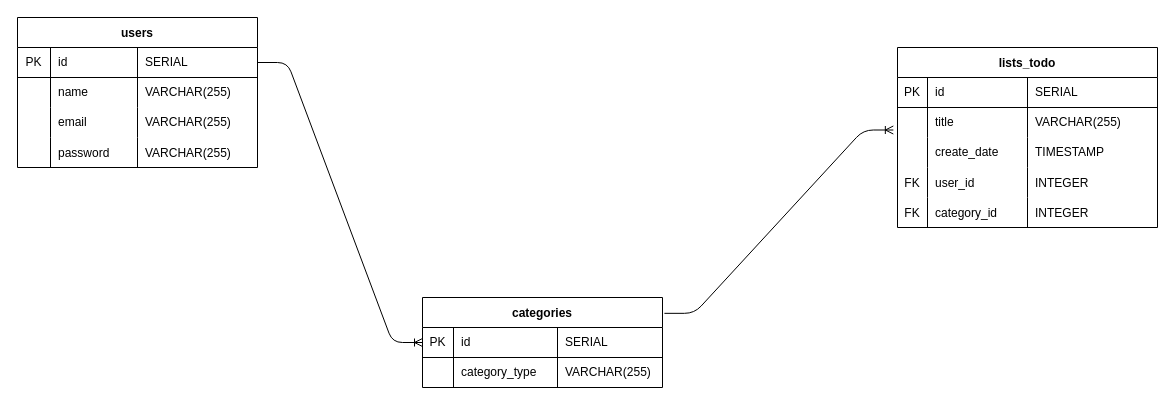
Above: ERD/ERD-SmartToDo.drawio in zacharypantalone/Smart-ToDo-List (draw.io), before the change. Source tidied: cells renumbered, new cells numbered last; positions are measured from the earlier drawing's top-left corner, leaving out a move shared by most shapes. Both pictures are drawn from the tidied source at 100%, with x=0, y=0 at pixel (17, 17).
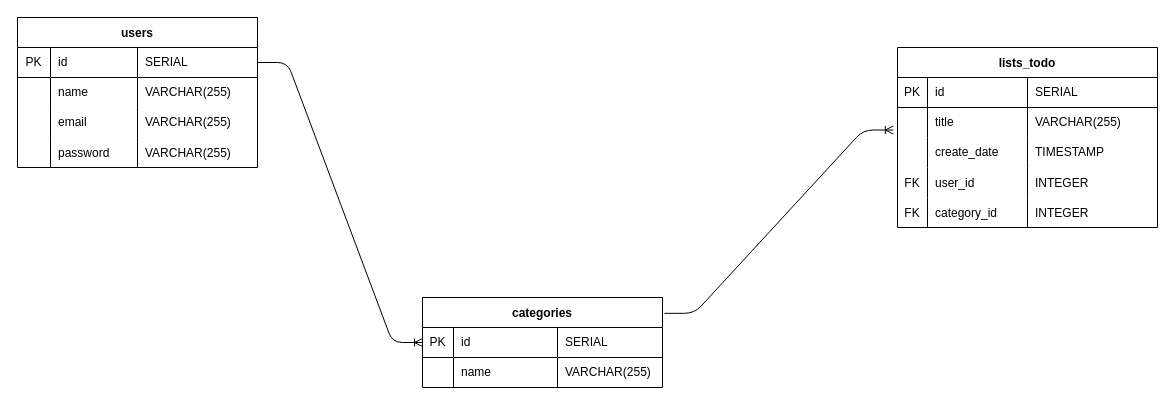
The same page after the edit.

The change refers to these unchanged cells:
```xml
<mxCell id="28" style="shape=partialRectangle;html=1;whiteSpace=wrap;fillColor=none;top=0;left=0;bottom=0;right=0;" parent="23" vertex="1">
  <mxGeometry y="60" width="240" height="30" as="geometry" />
</mxCell>
```

Diff of the diagram source:
```diff
@@
-    <mxCell id="30" value="category_type" style="shape=partialRectangle;html=1;whiteSpace=wrap;fillColor=none;top=0;left=0;bottom=0;right=0;align=left;spacingLeft=6;overflow=hidden;" parent="28" vertex="1">
+    <mxCell id="30" value="name" style="shape=partialRectangle;html=1;whiteSpace=wrap;fillColor=none;top=0;left=0;bottom=0;right=0;align=left;spacingLeft=6;overflow=hidden;" parent="28" vertex="1">
       <mxGeometry x="31" width="104" height="30" as="geometry" />
     </mxCell>
```
